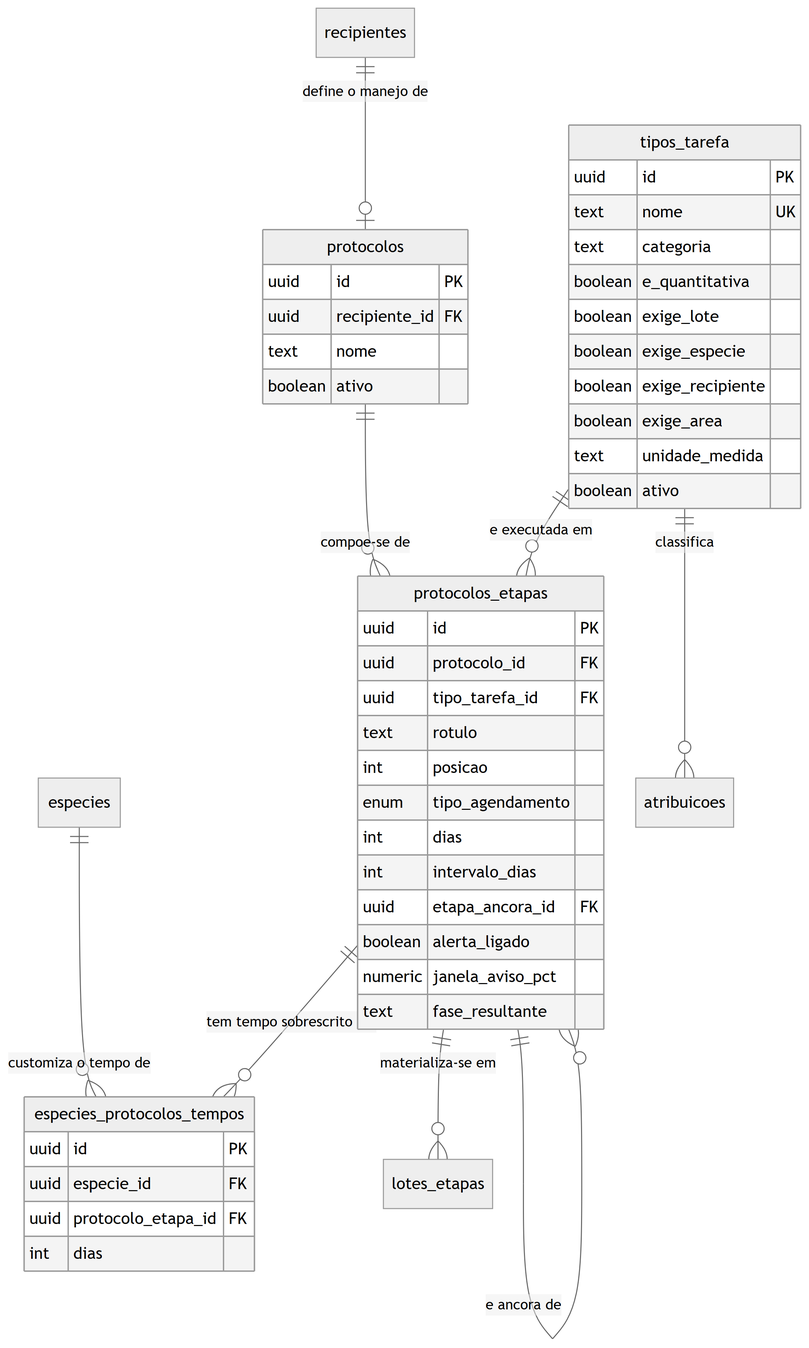
Earlier version of the Mermaid export docs/engenharia/modelo-dados-pt/img/fig13-cadastros-tarefa-protocolo.png (JoaoMudar/tcc). Its source is kept beside it as docs/engenharia/modelo-dados-pt/mmd/fig13-cadastros-tarefa-protocolo.mmd.
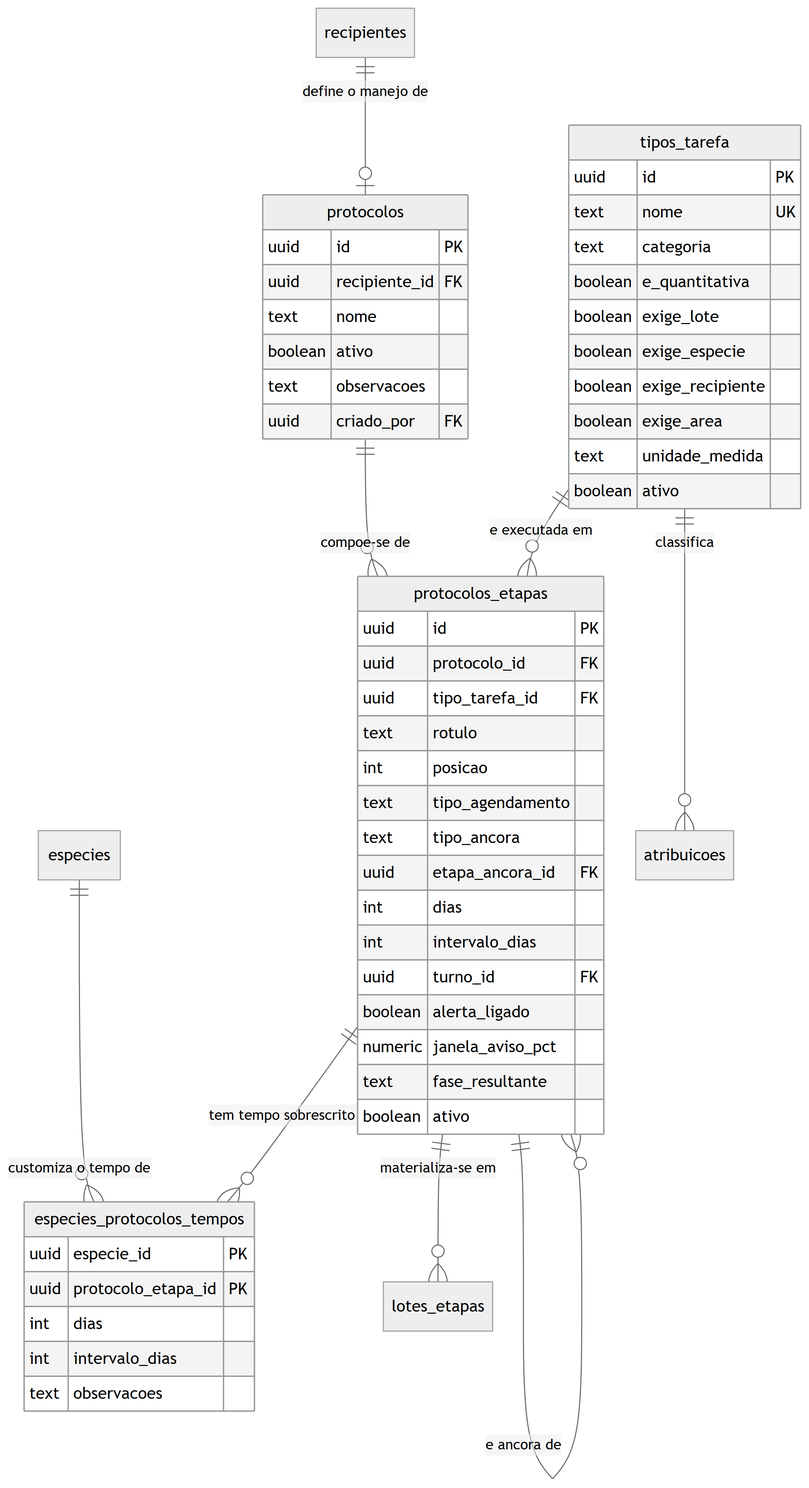
Later version of the same file.

What changed in the source:
```diff
@@ -16,6 +16,8 @@
     uuid    recipiente_id FK
     text    nome
     boolean ativo
+    text    observacoes
+    uuid    criado_por FK
   }
   protocolos_etapas {
     uuid    id PK
@@ -23,19 +25,23 @@
     uuid    tipo_tarefa_id FK
     text    rotulo
     int     posicao
-    enum    tipo_agendamento
+    text    tipo_agendamento
+    text    tipo_ancora
+    uuid    etapa_ancora_id FK
     int     dias
     int     intervalo_dias
-    uuid    etapa_ancora_id FK
+    uuid    turno_id FK
     boolean alerta_ligado
     numeric janela_aviso_pct
     text    fase_resultante
+    boolean ativo
   }
   especies_protocolos_tempos {
-    uuid id PK
-    uuid especie_id FK
-    uuid protocolo_etapa_id FK
+    uuid especie_id PK
+    uuid protocolo_etapa_id PK
     int  dias
+    int  intervalo_dias
+    text observacoes
   }
   recipientes {}
   especies {}
```
